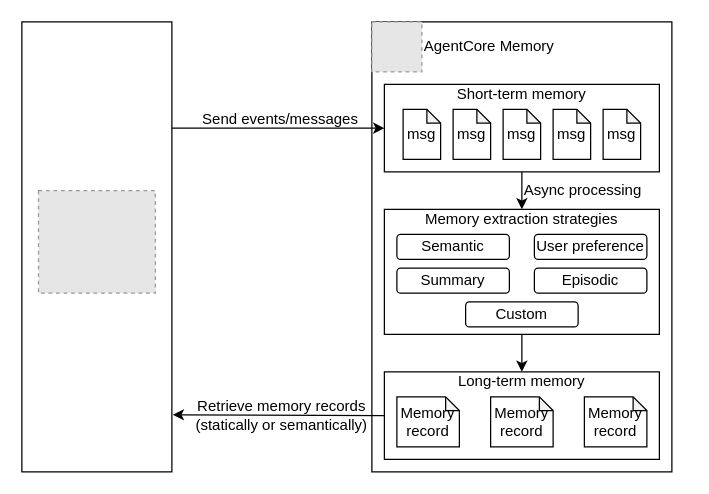
Earlier version of the draw.io diagram strands-agent-with-memory/images/architecture.drawio (aal80/agentcore-samples). Source tidied: cells renumbered, new cells numbered last; positions are measured from the earlier drawing's top-left corner, leaving out a move shared by most shapes. Both pictures are drawn from the tidied source at 125%, with x=0, y=0 at pixel (21, 21). Pictures stored in the file or linked from it are replaced by grey dashed boxes.
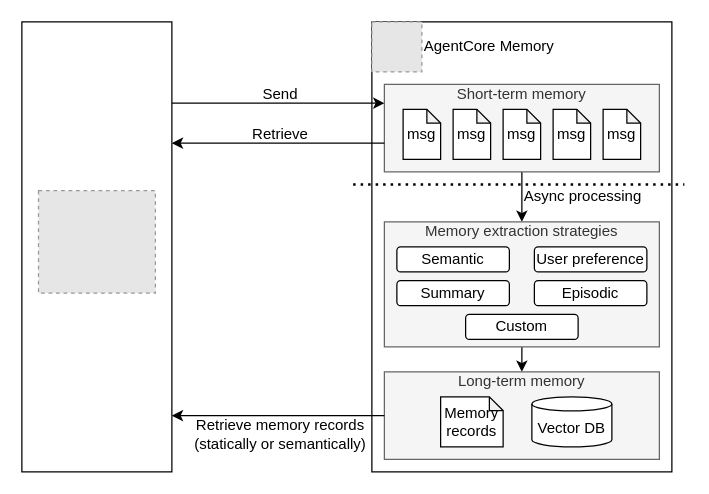
The same diagram, later.

What changed in the source:
```diff
@@
+    <mxCell id="28" style="rounded=0;whiteSpace=wrap;html=1;" parent="1" vertex="1">
+      <mxGeometry width="120" height="360" as="geometry" />
+    </mxCell>
+    <mxCell id="29" style="fillColor=#E6E6E6;strokeColor=#999999;dashed=1;verticalLabelPosition=bottom;labelBackgroundColor=default;verticalAlign=top;" parent="1" vertex="1">
+      <mxGeometry x="13.3" y="135" width="93.5" height="82" as="geometry" />
+    </mxCell>
@@
-    <mxCell id="6" value="&lt;span style=&quot;text-align: left;&quot;&gt;Short-term memory&lt;/span&gt;" style="rounded=0;whiteSpace=wrap;html=1;verticalAlign=top;spacing=-4;" parent="1" vertex="1">
+    <mxCell id="6" value="&lt;span style=&quot;text-align: left;&quot;&gt;Short-term memory&lt;/span&gt;" style="rounded=0;whiteSpace=wrap;html=1;verticalAlign=top;spacing=-4;fillColor=#f5f5f5;fontColor=#333333;strokeColor=#666666;" parent="1" vertex="1">
       <mxGeometry x="290" y="50" width="220" height="70" as="geometry" />
     </mxCell>
@@
-    <mxCell id="9" value="Memory extraction strategies" style="rounded=0;whiteSpace=wrap;html=1;verticalAlign=top;spacing=-4;" parent="1" vertex="1">
-      <mxGeometry x="290" y="150" width="220" height="100" as="geometry" />
+    <mxCell id="9" value="Memory extraction strategies" style="rounded=0;whiteSpace=wrap;html=1;verticalAlign=top;spacing=-4;fillColor=#f5f5f5;fontColor=#333333;strokeColor=#666666;" parent="1" vertex="1">
+      <mxGeometry x="290" y="160" width="220" height="100" as="geometry" />
     </mxCell>
     <mxCell id="10" value="Semantic" style="rounded=1;whiteSpace=wrap;html=1;" parent="1" vertex="1">
-      <mxGeometry x="300" y="170" width="90" height="20" as="geometry" />
+      <mxGeometry x="300" y="180" width="90" height="20" as="geometry" />
     </mxCell>
     <mxCell id="11" value="User preference" style="rounded=1;whiteSpace=wrap;html=1;" parent="1" vertex="1">
-      <mxGeometry x="410" y="170" width="90" height="20" as="geometry" />
+      <mxGeometry x="410" y="180" width="90" height="20" as="geometry" />
     </mxCell>
     <mxCell id="12" value="Summary" style="rounded=1;whiteSpace=wrap;html=1;" parent="1" vertex="1">
-      <mxGeometry x="300" y="197" width="90" height="20" as="geometry" />
+      <mxGeometry x="300" y="207" width="90" height="20" as="geometry" />
     </mxCell>
     <mxCell id="13" value="Episodic" style="rounded=1;whiteSpace=wrap;html=1;" parent="1" vertex="1">
-      <mxGeometry x="410" y="197" width="90" height="20" as="geometry" />
+      <mxGeometry x="410" y="207" width="90" height="20" as="geometry" />
     </mxCell>
     <mxCell id="14" value="Custom" style="rounded=1;whiteSpace=wrap;html=1;" parent="1" vertex="1">
-      <mxGeometry x="355" y="224" width="90" height="20" as="geometry" />
+      <mxGeometry x="355" y="234" width="90" height="20" as="geometry" />
     </mxCell>
     <mxCell id="15" value="Async processing" style="text;html=1;align=left;verticalAlign=middle;whiteSpace=wrap;rounded=0;" parent="1" vertex="1">
-      <mxGeometry x="400" y="125" width="100" height="20" as="geometry" />
+      <mxGeometry x="400" y="130" width="100" height="20" as="geometry" />
     </mxCell>
-    <mxCell id="16" value="Long-term memory" style="rounded=0;whiteSpace=wrap;html=1;verticalAlign=top;spacing=-4;" parent="1" vertex="1">
+    <mxCell id="16" value="Long-term memory" style="rounded=0;whiteSpace=wrap;html=1;verticalAlign=top;spacing=-4;fillColor=#f5f5f5;fontColor=#333333;strokeColor=#666666;" parent="1" vertex="1">
       <mxGeometry x="290" y="280" width="220" height="70" as="geometry" />
     </mxCell>
-    <mxCell id="17" value="Memory record" style="shape=note;whiteSpace=wrap;html=1;backgroundOutline=1;darkOpacity=0.05;size=11;" parent="1" vertex="1">
-      <mxGeometry x="300" y="300" width="50" height="40" as="geometry" />
-    </mxCell>
-    <mxCell id="18" value="Memory record" style="shape=note;whiteSpace=wrap;html=1;backgroundOutline=1;darkOpacity=0.05;size=11;" parent="1" vertex="1">
-      <mxGeometry x="375" y="300" width="50" height="40" as="geometry" />
-    </mxCell>
-    <mxCell id="19" value="Memory record" style="shape=note;whiteSpace=wrap;html=1;backgroundOutline=1;darkOpacity=0.05;size=11;" parent="1" vertex="1">
-      <mxGeometry x="450" y="300" width="50" height="40" as="geometry" />
-    </mxCell>
+    <mxCell id="30" value="Memory records" style="shape=note;whiteSpace=wrap;html=1;backgroundOutline=1;darkOpacity=0.05;size=11;" parent="1" vertex="1">
+      <mxGeometry x="335" y="300" width="50" height="40" as="geometry" />
+    </mxCell>
@@
-    <mxCell id="24" style="endArrow=classic;html=1;rounded=0;entryX=0;entryY=0.5;entryDx=0;entryDy=0;" parent="1" edge="1" target="6">
-      <mxGeometry relative="1" as="geometry">
-        <mxPoint x="70" y="85" as="sourcePoint" />
-      </mxGeometry>
-    </mxCell>
-    <mxCell id="25" value="Send events/messages" style="text;html=1;align=center;verticalAlign=middle;whiteSpace=wrap;rounded=0;" parent="1" vertex="1">
-      <mxGeometry x="142" y="68" width="130" height="20" as="geometry" />
-    </mxCell>
-    <mxCell id="26" style="endArrow=classic;html=1;rounded=0;exitX=0;exitY=0.5;exitDx=0;exitDy=0;entryX=1.006;entryY=0.873;entryDx=0;entryDy=0;entryPerimeter=0;" parent="1" edge="1" source="16" target="28">
-      <mxGeometry relative="1" as="geometry" />
-    </mxCell>
+    <mxCell id="31" style="endArrow=classic;html=1;rounded=0;entryX=0;entryY=0.5;entryDx=0;entryDy=0;" parent="1" edge="1">
+      <mxGeometry relative="1" as="geometry">
+        <mxPoint x="120" y="65" as="sourcePoint" />
+        <mxPoint x="290" y="65" as="targetPoint" />
+      </mxGeometry>
+    </mxCell>
+    <mxCell id="32" value="Send" style="text;html=1;align=center;verticalAlign=middle;whiteSpace=wrap;rounded=0;" parent="1" vertex="1">
+      <mxGeometry x="142" y="48" width="130" height="20" as="geometry" />
+    </mxCell>
+    <mxCell id="33" style="endArrow=classic;html=1;rounded=0;exitX=0;exitY=0.5;exitDx=0;exitDy=0;" parent="1" edge="1" source="16">
+      <mxGeometry relative="1" as="geometry">
+        <mxPoint x="120" y="315" as="targetPoint" />
+      </mxGeometry>
+    </mxCell>
     <mxCell id="27" value="Retrieve memory records&lt;br&gt;(statically or semantically)" style="text;html=1;align=center;verticalAlign=middle;whiteSpace=wrap;rounded=0;" parent="1" vertex="1">
-      <mxGeometry x="134" y="305" width="148" height="20" as="geometry" />
+      <mxGeometry x="133" y="320" width="148" height="20" as="geometry" />
     </mxCell>
-    <mxCell id="28" style="rounded=0;whiteSpace=wrap;html=1;" parent="1" vertex="1">
-      <mxGeometry width="120" height="360" as="geometry" />
-    </mxCell>
-    <mxCell id="29" style="fillColor=#E6E6E6;strokeColor=#999999;dashed=1;verticalLabelPosition=bottom;labelBackgroundColor=default;verticalAlign=top;" parent="1" vertex="1">
-      <mxGeometry x="13.3" y="135" width="93.5" height="82" as="geometry" />
-    </mxCell>
+    <mxCell id="34" style="endArrow=none;html=1;rounded=0;entryX=0;entryY=0.5;entryDx=0;entryDy=0;endFill=0;startArrow=classic;startFill=1;" parent="1" edge="1">
+      <mxGeometry relative="1" as="geometry">
+        <mxPoint x="120" y="97" as="sourcePoint" />
+        <mxPoint x="290" y="97" as="targetPoint" />
+      </mxGeometry>
+    </mxCell>
+    <mxCell id="35" value="Retrieve" style="text;html=1;align=center;verticalAlign=middle;whiteSpace=wrap;rounded=0;" parent="1" vertex="1">
+      <mxGeometry x="142" y="80" width="130" height="20" as="geometry" />
+    </mxCell>
+    <mxCell id="36" style="endArrow=none;dashed=1;html=1;dashPattern=1 2;strokeWidth=2;rounded=0;" parent="1" edge="1">
+      <mxGeometry relative="1" as="geometry">
+        <mxPoint x="265" y="130" as="sourcePoint" />
+        <mxPoint x="530" y="130" as="targetPoint" />
+      </mxGeometry>
+    </mxCell>
+    <mxCell id="37" value="Vector DB" style="shape=cylinder3;whiteSpace=wrap;html=1;boundedLbl=1;backgroundOutline=1;size=5.619047619047592;" parent="1" vertex="1">
+      <mxGeometry x="408" y="300" width="64" height="40" as="geometry" />
+    </mxCell>
```
